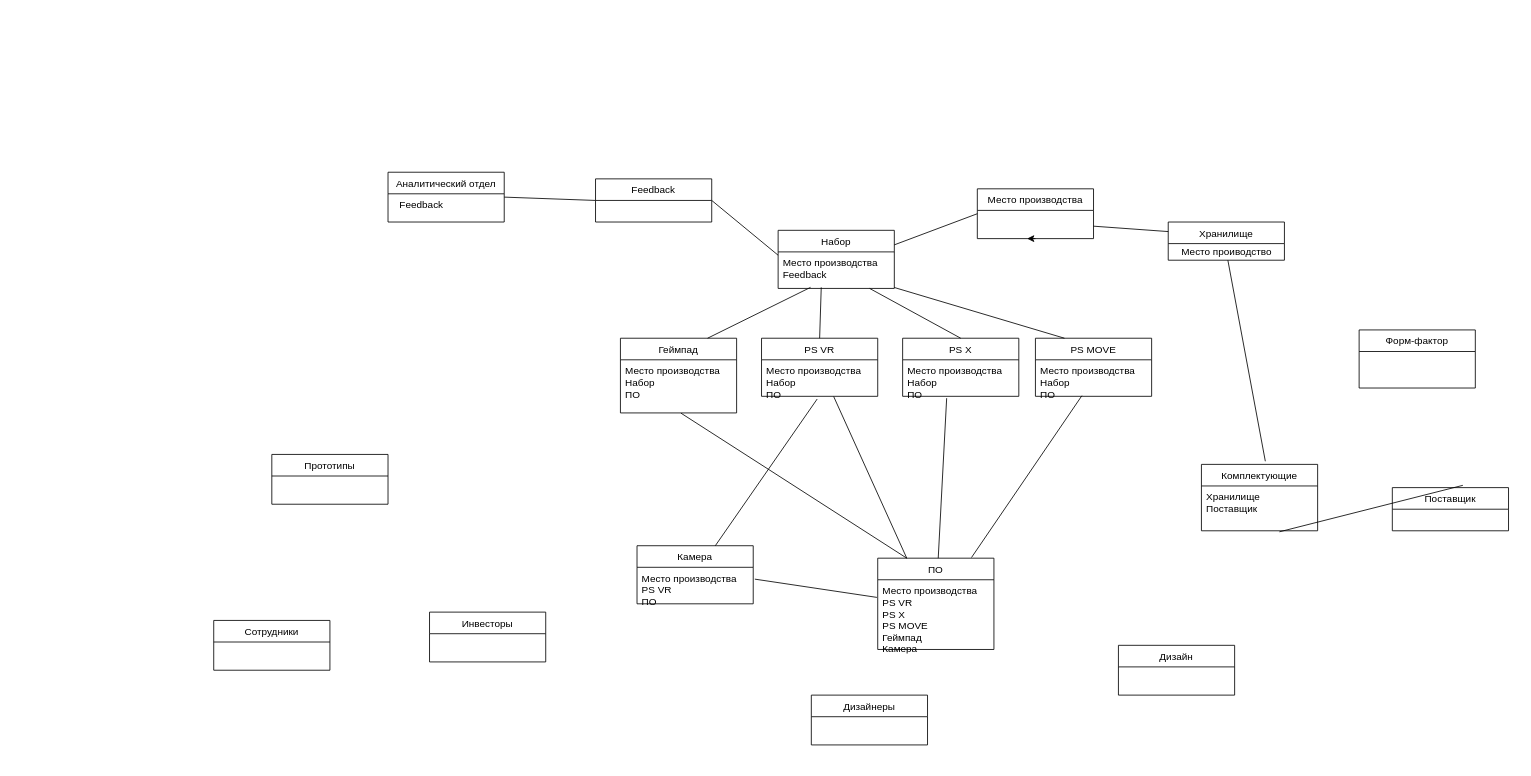
Earlier version of the draw.io diagram Suschnosti_s_vneshnimi_klyuchami.drawio (Merfarion/Diagrams-and-schemes). Source tidied: cells renumbered, new cells numbered last; positions are measured from the earlier drawing's top-left corner, leaving out a move shared by most shapes. Both pictures are drawn from the tidied source at 83%, with x=0, y=0 at pixel (213, 172).
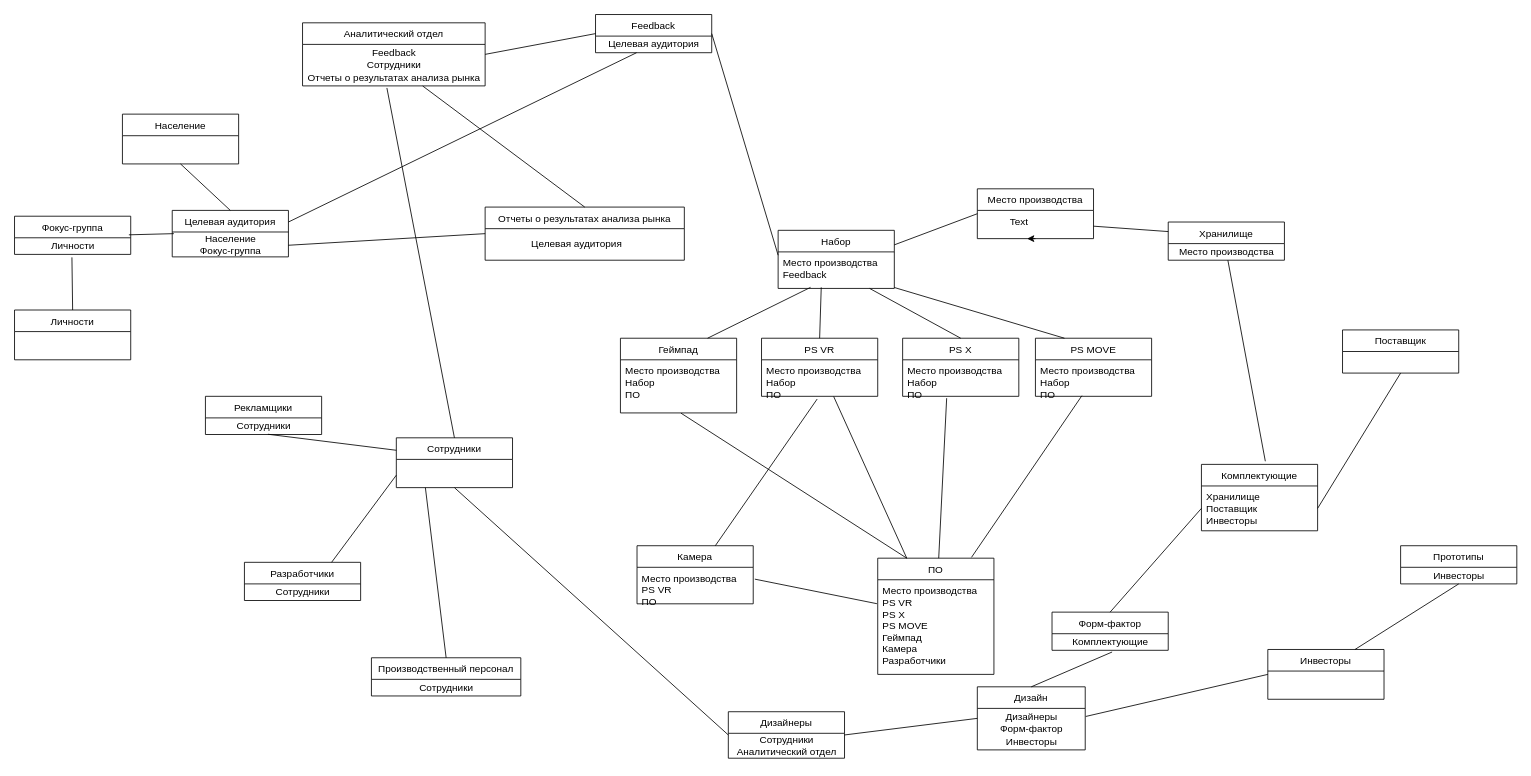
Above is the later version.

The change refers to these unchanged cells:
```xml
<mxCell id="19" value="Хранилище" style="swimlane;fontStyle=0;horizontal=1;startSize=26;fillColor=none;" parent="1" vertex="1">
  <mxGeometry x="1150" y="60" width="140" height="46" as="geometry" />
</mxCell>
<mxCell id="21" value="Комплектующие" style="swimlane;fontStyle=0;horizontal=1;startSize=26;fillColor=none;" parent="1" vertex="1">
  <mxGeometry x="1190" y="352" width="140" height="80" as="geometry" />
</mxCell>
<mxCell id="46" value="Инвесторы" style="swimlane;fontStyle=0;horizontal=1;startSize=26;fillColor=none;" parent="45" vertex="1">
  <mxGeometry width="140" height="60" as="geometry" />
</mxCell>
<mxCell id="52" value="Сотрудники" style="swimlane;fontStyle=0;horizontal=1;startSize=26;fillColor=none;" parent="51" vertex="1">
  <mxGeometry width="140" height="60" as="geometry" />
</mxCell>
```

What changed in the source:
```diff
@@
     <mxCell id="14" value="ПО" style="swimlane;fontStyle=0;horizontal=1;startSize=26;fillColor=none;" parent="1" vertex="1">
-      <mxGeometry x="800" y="465" width="140" height="110" as="geometry" />
+      <mxGeometry x="800" y="465" width="140" height="140" as="geometry" />
     </mxCell>
-    <mxCell id="15" value="Место производства&#10;PS VR&#10;PS X&#10;PS MOVE&#10;Геймпад&#10;Камера" style="text;strokeColor=none;fillColor=none;align=left;verticalAlign=top;spacingLeft=4;spacingRight=4;overflow=hidden;points=[[0,0.5],[1,0.5]];portConstraint=eastwest;" parent="14" vertex="1">
-      <mxGeometry y="26" width="140" height="84" as="geometry" />
+    <mxCell id="15" value="Место производства&#10;PS VR&#10;PS X&#10;PS MOVE&#10;Геймпад&#10;Камера&#10;Разработчики&#10;" style="text;strokeColor=none;fillColor=none;align=left;verticalAlign=top;spacingLeft=4;spacingRight=4;overflow=hidden;points=[[0,0.5],[1,0.5]];portConstraint=eastwest;" parent="14" vertex="1">
+      <mxGeometry y="26" width="140" height="114" as="geometry" />
     </mxCell>
@@
-    <mxCell id="18" value="Дизайн" style="swimlane;fontStyle=0;horizontal=1;startSize=26;fillColor=none;" parent="1" vertex="1">
-      <mxGeometry x="1090" y="570" width="140" height="60" as="geometry" />
-    </mxCell>
@@
-    <mxCell id="20" value="Место проиводство" style="text;html=1;align=center;verticalAlign=middle;points=[];strokeColor=none;fillColor=none;" parent="19" vertex="1">
+    <mxCell id="20" value="Место производства" style="text;html=1;align=center;verticalAlign=middle;points=[];strokeColor=none;fillColor=none;" parent="19" vertex="1">
       <mxGeometry y="26" width="140" height="20" as="geometry" />
     </mxCell>
@@
-    <mxCell id="22" value="Хранилище&#10;Поставщик" style="text;strokeColor=none;fillColor=none;align=left;verticalAlign=top;spacingLeft=4;spacingRight=4;overflow=hidden;points=[[0,0.5],[1,0.5]];portConstraint=eastwest;" parent="21" vertex="1">
+    <mxCell id="22" value="Хранилище&#10;Поставщик&#10;Инвесторы" style="text;strokeColor=none;fillColor=none;align=left;verticalAlign=top;spacingLeft=4;spacingRight=4;overflow=hidden;points=[[0,0.5],[1,0.5]];portConstraint=eastwest;" parent="21" vertex="1">
       <mxGeometry y="26" width="140" height="54" as="geometry" />
     </mxCell>
     <mxCell id="23" value="Поставщик" style="swimlane;fontStyle=0;horizontal=1;startSize=26;fillColor=none;" parent="1" vertex="1">
-      <mxGeometry x="1420" y="380" width="140" height="52" as="geometry" />
+      <mxGeometry x="1360" y="190" width="140" height="52" as="geometry" />
     </mxCell>
     <mxCell id="24" value="Форм-фактор" style="swimlane;fontStyle=0;horizontal=1;startSize=26;fillColor=none;" parent="1" vertex="1">
-      <mxGeometry x="1380" y="190" width="140" height="70" as="geometry" />
+      <mxGeometry x="1010" y="530" width="140" height="46" as="geometry" />
     </mxCell>
+    <mxCell id="53" value="Комплектующие" style="text;html=1;align=center;verticalAlign=middle;points=[];strokeColor=none;fillColor=none;" parent="24" vertex="1">
+      <mxGeometry y="26" width="140" height="20" as="geometry" />
+    </mxCell>
@@
-    <mxCell id="38" style="endArrow=none;html=1;exitX=0.607;exitY=-0.053;exitDx=0;exitDy=0;entryX=0.671;entryY=1.023;entryDx=0;entryDy=0;entryPerimeter=0;exitPerimeter=0;" parent="1" edge="1" source="23" target="22">
+    <mxCell id="38" style="endArrow=none;html=1;entryX=1;entryY=0.5;entryDx=0;entryDy=0;exitX=0.5;exitY=1;exitDx=0;exitDy=0;" parent="1" edge="1" source="23" target="22">
       <mxGeometry relative="1" as="geometry" />
     </mxCell>
     <mxCell id="39" value="Feedback" style="swimlane;fontStyle=0;horizontal=1;startSize=26;fillColor=none;" parent="1" vertex="1">
-      <mxGeometry x="460" y="8" width="140" height="52" as="geometry" />
+      <mxGeometry x="460" y="-190" width="140" height="46" as="geometry" />
     </mxCell>
+    <mxCell id="54" value="Целевая аудитория" style="text;html=1;align=center;verticalAlign=middle;points=[];strokeColor=none;fillColor=none;" parent="39" vertex="1">
+      <mxGeometry y="26" width="140" height="20" as="geometry" />
+    </mxCell>
@@
     <mxCell id="41" style="group;" parent="1" vertex="1">
-      <mxGeometry x="210" width="140" height="60" as="geometry" />
+      <mxGeometry x="107" y="-180" width="220" height="66" as="geometry" />
     </mxCell>
     <mxCell id="42" value="Аналитический отдел" style="swimlane;fontStyle=0;horizontal=1;startSize=26;fillColor=none;" parent="41" vertex="1">
-      <mxGeometry width="140" height="60" as="geometry" />
+      <mxGeometry width="220" height="76" as="geometry" />
     </mxCell>
-    <mxCell id="43" value="Feedback" style="text;html=1;align=center;verticalAlign=middle;points=[];strokeColor=none;fillColor=none;" parent="41" vertex="1">
-      <mxGeometry x="5" y="30" width="70" height="20" as="geometry" />
+    <mxCell id="43" value="Feedback&lt;br&gt;Сотрудники&lt;br&gt;Отчеты о результатах анализа рынка" style="text;html=1;align=center;verticalAlign=middle;points=[];strokeColor=none;fillColor=none;" parent="42" vertex="1">
+      <mxGeometry y="26" width="220" height="50" as="geometry" />
     </mxCell>
@@
     <mxCell id="45" style="group;" parent="1" vertex="1">
-      <mxGeometry x="260" y="530" width="140" height="60" as="geometry" />
+      <mxGeometry x="1270" y="575" width="140" height="60" as="geometry" />
     </mxCell>
@@
     <mxCell id="47" style="group;" parent="1" vertex="1">
-      <mxGeometry x="720" y="630" width="140" height="60" as="geometry" />
+      <mxGeometry x="620" y="650" width="140" height="60" as="geometry" />
     </mxCell>
     <mxCell id="48" value="Дизайнеры" style="swimlane;fontStyle=0;horizontal=1;startSize=26;fillColor=none;" parent="47" vertex="1">
-      <mxGeometry width="140" height="60" as="geometry" />
+      <mxGeometry width="140" height="56" as="geometry" />
     </mxCell>
+    <mxCell id="55" value="Сотрудники&lt;br&gt;Аналитический отдел" style="text;html=1;align=center;verticalAlign=middle;strokeColor=none;fillColor=none;" parent="48" vertex="1">
+      <mxGeometry y="26" width="140" height="30" as="geometry" />
+    </mxCell>
     <mxCell id="49" style="group;" parent="1" vertex="1">
-      <mxGeometry x="70" y="340" width="140" height="60" as="geometry" />
+      <mxGeometry x="1430" y="450" width="140" height="60" as="geometry" />
     </mxCell>
     <mxCell id="50" value="Прототипы" style="swimlane;fontStyle=0;horizontal=1;startSize=26;fillColor=none;" parent="49" vertex="1">
-      <mxGeometry width="140" height="60" as="geometry" />
+      <mxGeometry width="140" height="46" as="geometry" />
     </mxCell>
+    <mxCell id="56" value="Инвесторы" style="text;html=1;align=center;verticalAlign=middle;strokeColor=none;fillColor=none;" parent="50" vertex="1">
+      <mxGeometry y="26" width="140" height="20" as="geometry" />
+    </mxCell>
     <mxCell id="51" style="group;" parent="1" vertex="1">
-      <mxGeometry y="540" width="140" height="60" as="geometry" />
+      <mxGeometry x="220" y="320" width="140" height="60" as="geometry" />
     </mxCell>
@@
+    <mxCell id="57" style="endArrow=none;html=1;exitX=0.5;exitY=0;exitDx=0;exitDy=0;entryX=0;entryY=0.5;entryDx=0;entryDy=0;" parent="1" edge="1" source="24" target="22">
+      <mxGeometry relative="1" as="geometry" />
+    </mxCell>
+    <mxCell id="58" style="group;" parent="1" vertex="1">
+      <mxGeometry x="920" y="620" width="140" height="90" as="geometry" />
+    </mxCell>
+    <mxCell id="18" value="Дизайн" style="swimlane;fontStyle=0;horizontal=1;startSize=26;fillColor=none;" parent="58" vertex="1">
+      <mxGeometry width="130" height="76" as="geometry" />
+    </mxCell>
+    <mxCell id="59" value="Дизайнеры&lt;br&gt;Форм-фактор&lt;br&gt;Инвесторы" style="text;html=1;align=center;verticalAlign=middle;points=[];strokeColor=none;fillColor=none;" parent="18" vertex="1">
+      <mxGeometry y="26" width="130" height="50" as="geometry" />
+    </mxCell>
+    <mxCell id="60" style="endArrow=none;html=1;entryX=0.517;entryY=1.103;entryDx=0;entryDy=0;entryPerimeter=0;exitX=0.5;exitY=0;exitDx=0;exitDy=0;" parent="1" edge="1" source="18" target="53">
+      <mxGeometry relative="1" as="geometry" />
+    </mxCell>
+    <mxCell id="61" style="endArrow=none;html=1;entryX=0;entryY=0.5;entryDx=0;entryDy=0;exitX=1;exitY=0.5;exitDx=0;exitDy=0;" parent="1" edge="1" source="48" target="18">
+      <mxGeometry relative="1" as="geometry" />
+    </mxCell>
+    <mxCell id="62" style="endArrow=none;html=1;entryX=0.5;entryY=1;entryDx=0;entryDy=0;exitX=0.75;exitY=0;exitDx=0;exitDy=0;" parent="1" edge="1" source="46" target="50">
+      <mxGeometry relative="1" as="geometry" />
+    </mxCell>
+    <mxCell id="63" style="endArrow=none;html=1;entryX=0;entryY=0.5;entryDx=0;entryDy=0;exitX=1.005;exitY=0.194;exitDx=0;exitDy=0;exitPerimeter=0;" parent="1" edge="1" source="59" target="46">
+      <mxGeometry relative="1" as="geometry" />
+    </mxCell>
+    <mxCell id="64" style="endArrow=none;html=1;entryX=0.462;entryY=1.049;entryDx=0;entryDy=0;entryPerimeter=0;exitX=0.5;exitY=0;exitDx=0;exitDy=0;" parent="1" edge="1" source="52" target="43">
+      <mxGeometry relative="1" as="geometry" />
+    </mxCell>
+    <mxCell id="65" style="endArrow=none;html=1;entryX=0.5;entryY=1;entryDx=0;entryDy=0;exitX=0;exitY=0.5;exitDx=0;exitDy=0;" parent="1" edge="1" source="48" target="52">
+      <mxGeometry relative="1" as="geometry" />
+    </mxCell>
+    <mxCell id="66" style="group;" parent="1" vertex="1">
+      <mxGeometry x="37" y="470" width="140" height="60" as="geometry" />
+    </mxCell>
+    <mxCell id="67" value="Разработчики" style="swimlane;fontStyle=0;horizontal=1;startSize=26;fillColor=none;" parent="66" vertex="1">
+      <mxGeometry width="140" height="46" as="geometry" />
+    </mxCell>
+    <mxCell id="68" value="Сотрудники" style="text;html=1;align=center;verticalAlign=middle;strokeColor=none;fillColor=none;" parent="67" vertex="1">
+      <mxGeometry y="26" width="140" height="20" as="geometry" />
+    </mxCell>
+    <mxCell id="69" style="group;" parent="1" vertex="1">
+      <mxGeometry x="190" y="585" width="180" height="60" as="geometry" />
+    </mxCell>
+    <mxCell id="70" value="Производственный персонал" style="swimlane;fontStyle=0;horizontal=1;startSize=26;fillColor=none;" parent="69" vertex="1">
+      <mxGeometry width="180" height="46" as="geometry" />
+    </mxCell>
+    <mxCell id="71" value="Сотрудники" style="text;html=1;align=center;verticalAlign=middle;strokeColor=none;fillColor=none;" parent="70" vertex="1">
+      <mxGeometry y="26" width="180" height="20" as="geometry" />
+    </mxCell>
+    <mxCell id="72" value="Text" style="text;html=1;align=center;verticalAlign=middle;strokeColor=none;fillColor=none;" parent="1" vertex="1">
+      <mxGeometry x="950" y="50" width="40" height="20" as="geometry" />
+    </mxCell>
+    <mxCell id="73" style="group;" parent="1" vertex="1">
+      <mxGeometry x="-10" y="270" width="140" height="60" as="geometry" />
+    </mxCell>
+    <mxCell id="74" value="Рекламщики" style="swimlane;fontStyle=0;horizontal=1;startSize=26;fillColor=none;" parent="73" vertex="1">
+      <mxGeometry width="140" height="46" as="geometry" />
+    </mxCell>
+    <mxCell id="75" value="Сотрудники&lt;br&gt;" style="text;html=1;align=center;verticalAlign=middle;points=[];strokeColor=none;fillColor=none;" parent="74" vertex="1">
+      <mxGeometry y="26" width="140" height="20" as="geometry" />
+    </mxCell>
+    <mxCell id="76" style="endArrow=none;html=1;entryX=0.25;entryY=1;entryDx=0;entryDy=0;exitX=0.5;exitY=0;exitDx=0;exitDy=0;" parent="1" edge="1" source="70" target="52">
+      <mxGeometry relative="1" as="geometry" />
+    </mxCell>
+    <mxCell id="77" style="endArrow=none;html=1;entryX=0;entryY=0.75;entryDx=0;entryDy=0;exitX=0.75;exitY=0;exitDx=0;exitDy=0;" parent="1" edge="1" source="67" target="52">
+      <mxGeometry relative="1" as="geometry" />
+    </mxCell>
+    <mxCell id="78" style="endArrow=none;html=1;entryX=0.538;entryY=0.985;entryDx=0;entryDy=0;entryPerimeter=0;exitX=0;exitY=0.25;exitDx=0;exitDy=0;" parent="1" edge="1" source="52" target="75">
+      <mxGeometry relative="1" as="geometry" />
+    </mxCell>
+    <mxCell id="79" style="group;" parent="1" vertex="1">
+      <mxGeometry x="-110" y="-70" width="140" height="60" as="geometry" />
+    </mxCell>
+    <mxCell id="80" value="Население" style="swimlane;fontStyle=0;horizontal=1;startSize=26;fillColor=none;" parent="79" vertex="1">
+      <mxGeometry width="140" height="60" as="geometry" />
+    </mxCell>
+    <mxCell id="81" style="endArrow=none;html=1;entryX=0.5;entryY=1;entryDx=0;entryDy=0;exitX=0.5;exitY=0;exitDx=0;exitDy=0;" parent="1" edge="1" source="82" target="80">
+      <mxGeometry relative="1" as="geometry" />
+    </mxCell>
+    <mxCell id="82" value="Целевая аудитория" style="swimlane;fontStyle=0;horizontal=1;startSize=26;fillColor=none;" parent="1" vertex="1">
+      <mxGeometry x="-50" y="46" width="140" height="56" as="geometry" />
+    </mxCell>
+    <mxCell id="83" value="Население&lt;br&gt;Фокус-группа" style="text;html=1;align=center;verticalAlign=middle;points=[];strokeColor=none;fillColor=none;" parent="82" vertex="1">
+      <mxGeometry y="26" width="140" height="30" as="geometry" />
+    </mxCell>
+    <mxCell id="84" style="group;" parent="1" vertex="1">
+      <mxGeometry x="327" y="42" width="240" height="64" as="geometry" />
+    </mxCell>
+    <mxCell id="85" style="group;" parent="84" vertex="1">
+      <mxGeometry width="240" height="64" as="geometry" />
+    </mxCell>
+    <mxCell id="86" value="Отчеты о результатах анализа рынка" style="swimlane;fontStyle=0;horizontal=1;startSize=26;fillColor=none;" parent="85" vertex="1">
+      <mxGeometry width="240" height="64" as="geometry" />
+    </mxCell>
+    <mxCell id="87" value="Целевая аудитория" style="text;html=1;align=center;verticalAlign=middle;strokeColor=none;fillColor=none;" parent="84" vertex="1">
+      <mxGeometry x="50" y="34" width="120" height="20" as="geometry" />
+    </mxCell>
+    <mxCell id="88" style="endArrow=none;html=1;exitX=1;exitY=0.25;exitDx=0;exitDy=0;" parent="1" edge="1" source="82" target="54">
+      <mxGeometry relative="1" as="geometry" />
+    </mxCell>
+    <mxCell id="89" style="endArrow=none;html=1;exitX=1;exitY=0.75;exitDx=0;exitDy=0;entryX=0;entryY=0.5;entryDx=0;entryDy=0;" parent="1" edge="1" source="82" target="86">
+      <mxGeometry relative="1" as="geometry" />
+    </mxCell>
+    <mxCell id="90" style="endArrow=none;html=1;entryX=0.658;entryY=1.002;entryDx=0;entryDy=0;entryPerimeter=0;exitX=0.5;exitY=0;exitDx=0;exitDy=0;" parent="1" edge="1" source="86" target="43">
+      <mxGeometry relative="1" as="geometry" />
+    </mxCell>
+    <mxCell id="91" style="group;" parent="1" vertex="1">
+      <mxGeometry x="-240" y="53" width="140" height="60" as="geometry" />
+    </mxCell>
+    <mxCell id="92" value="Фокус-группа" style="swimlane;fontStyle=0;horizontal=1;startSize=26;fillColor=none;" parent="91" vertex="1">
+      <mxGeometry width="140" height="46" as="geometry" />
+    </mxCell>
+    <mxCell id="93" value="Личности" style="text;html=1;align=center;verticalAlign=middle;points=[];strokeColor=none;fillColor=none;" parent="92" vertex="1">
+      <mxGeometry y="26" width="140" height="20" as="geometry" />
+    </mxCell>
+    <mxCell id="94" style="group;" parent="1" vertex="1">
+      <mxGeometry x="-240" y="166" width="140" height="60" as="geometry" />
+    </mxCell>
+    <mxCell id="95" value="Личности" style="swimlane;fontStyle=0;horizontal=1;startSize=26;fillColor=none;" parent="94" vertex="1">
+      <mxGeometry width="140" height="60" as="geometry" />
+    </mxCell>
+    <mxCell id="96" style="endArrow=none;html=1;entryX=0.494;entryY=1.179;entryDx=0;entryDy=0;entryPerimeter=0;exitX=0.5;exitY=0;exitDx=0;exitDy=0;" parent="1" edge="1" source="95" target="93">
+      <mxGeometry relative="1" as="geometry" />
+    </mxCell>
+    <mxCell id="97" style="endArrow=none;html=1;exitX=0.984;exitY=-0.179;exitDx=0;exitDy=0;exitPerimeter=0;entryX=0.014;entryY=0.067;entryDx=0;entryDy=0;entryPerimeter=0;" parent="1" edge="1" source="93" target="83">
+      <mxGeometry relative="1" as="geometry" />
+    </mxCell>
```
